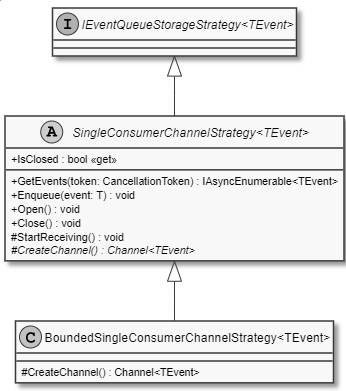
The PlantUML diagram documents/sd/resources/Classes/Common/Shared/Events/Queue/Strategy/SingleConsumer/BoundedSingleConsumerChannelStrategy.PNG in insightmind/MORR, before a commit. Its source is kept beside it as documents/sd/plantuml/application/Common/Shared/Events/Queue/Strategy/SingleConsumer/BoundedSingleConsumerChannelStrategy.puml.
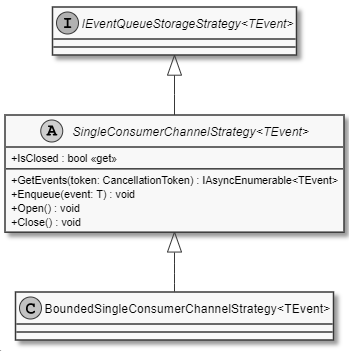
Above is the later version.

What changed in the source:
```diff
@@ -5,7 +5,6 @@
 !startsub default
 class "BoundedSingleConsumerChannelStrategy<TEvent>" {
 
-    # CreateChannel() : Channel<TEvent>
 }
 abstract class "SingleConsumerChannelStrategy<TEvent>" {
     + IsClosed : bool <<get>>
@@ -13,8 +12,6 @@
     + Enqueue(event: T) : void
     + Open() : void
     + Close() : void
-    # StartReceiving() : void
-    # {abstract} CreateChannel() : Channel<TEvent>
 }
 interface "IEventQueueStorageStrategy<TEvent>"
 "IEventQueueStorageStrategy<TEvent>" <|-- "SingleConsumerChannelStrategy<TEvent>"
```
